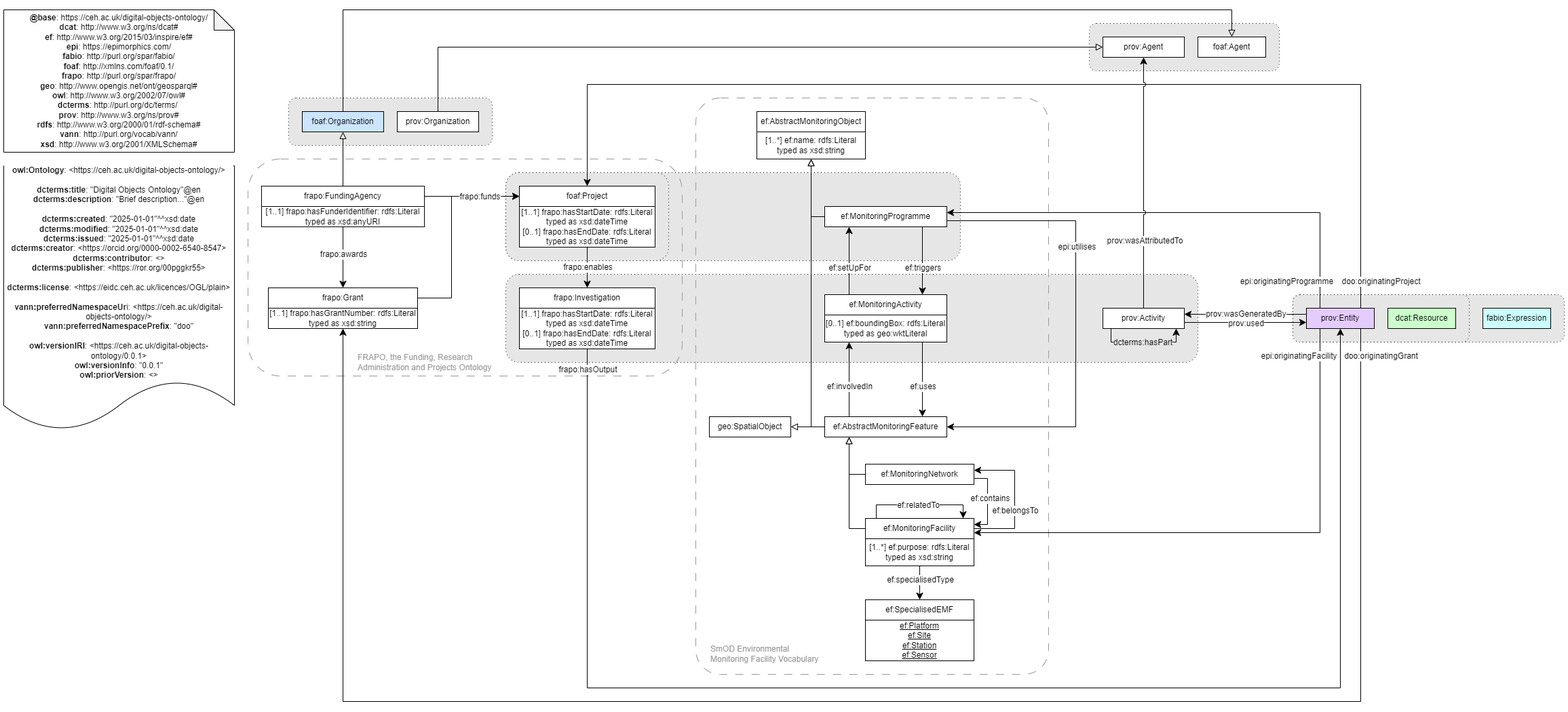
The draw.io diagram ontology/digital_objects_ontology.png in NERC-CEH/digital-objects-ontology, before a commit. Source tidied: cells renumbered, new cells last; positions are measured from the earlier drawing's top-left corner, leaving out a move shared by most shapes.
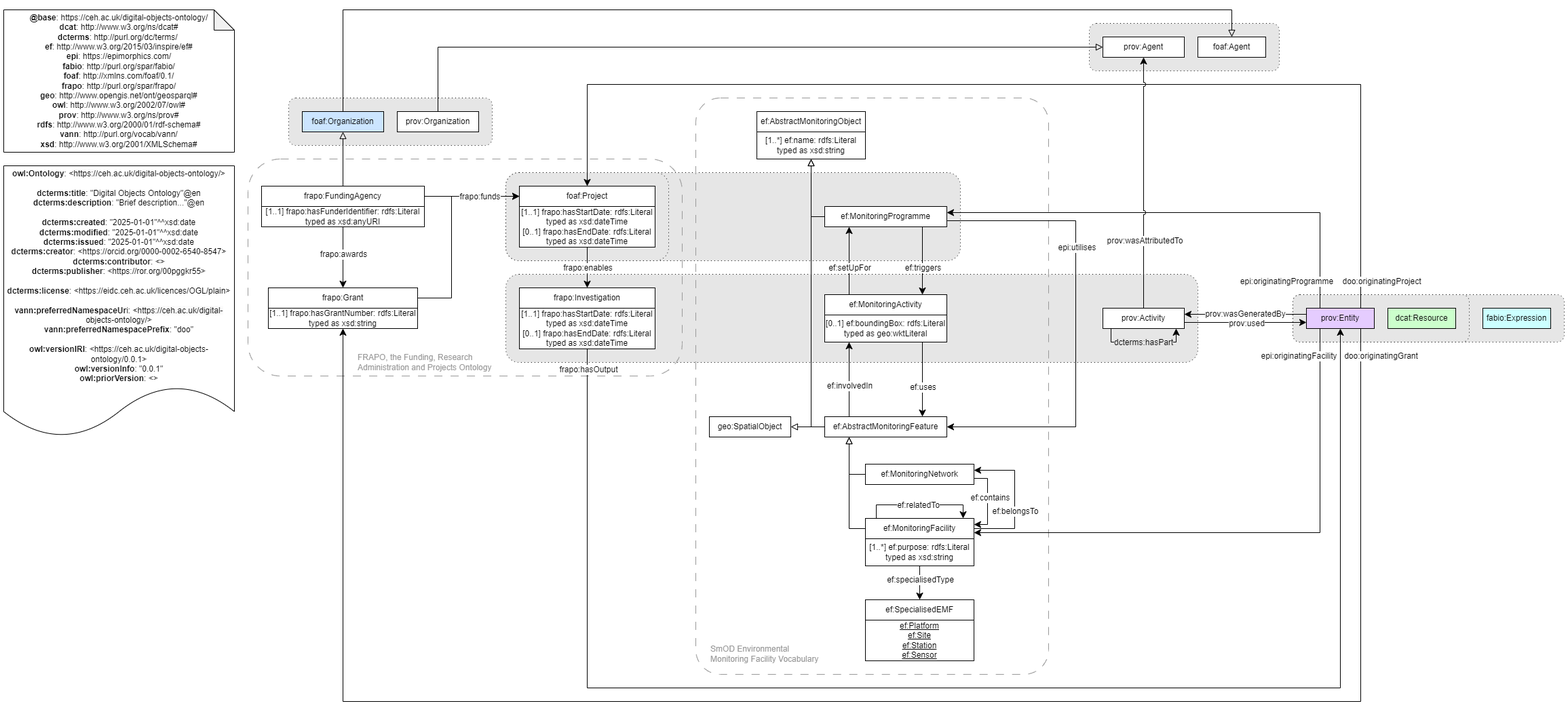
After the change.

Diff of the diagram source:
```diff
@@ -314,7 +314,7 @@
     <mxCell id="74" value="prov:Entity" style="rounded=0;whiteSpace=wrap;html=1;snapToPoint=1;points=[[0.1,0],[0.2,0],[0.3,0],[0.4,0],[0.5,0],[0.6,0],[0.7,0],[0.8,0],[0.9,0],[0,0.1],[0,0.3],[0,0.5],[0,0.7],[0,0.9],[0.1,1],[0.2,1],[0.3,1],[0.4,1],[0.5,1],[0.6,1],[0.7,1],[0.8,1],[0.9,1],[1,0.1],[1,0.3],[1,0.5],[1,0.7],[1,0.9]];fillColor=#E5CCFF;" parent="1" vertex="1">
       <mxGeometry x="1920" y="440" width="100" height="30" as="geometry" />
     </mxCell>
-    <mxCell id="75" value="&lt;div&gt;&lt;b&gt;@base&lt;/b&gt;: https://ceh.ac.uk/digital-objects-ontology/&lt;/div&gt;&lt;div&gt;&lt;b&gt;dcat&lt;/b&gt;:&amp;nbsp;http://www.w3.org/ns/dcat#&lt;br&gt;&lt;/div&gt;&lt;div&gt;&lt;b style=&quot;background-color: transparent; color: light-dark(rgb(0, 0, 0), rgb(255, 255, 255));&quot;&gt;ef&lt;/b&gt;&lt;span style=&quot;background-color: transparent; color: light-dark(rgb(0, 0, 0), rgb(255, 255, 255));&quot;&gt;:&amp;nbsp;http://www.w3.org/2015/03/inspire/ef#&lt;/span&gt;&lt;br&gt;&lt;/div&gt;&lt;div&gt;&lt;b&gt;epi&lt;/b&gt;:&amp;nbsp;&lt;span style=&quot;background-color: transparent; color: light-dark(rgb(0, 0, 0), rgb(255, 255, 255));&quot;&gt;https://&lt;/span&gt;&lt;span style=&quot;background-color: transparent; color: light-dark(rgb(0, 0, 0), rgb(255, 255, 255));&quot;&gt;epimorphics.com/&lt;/span&gt;&lt;/div&gt;&lt;div&gt;&lt;b&gt;fabio&lt;/b&gt;:&amp;nbsp;&lt;span style=&quot;background-color: transparent;&quot;&gt;http://purl.org/spar/fabio/&lt;/span&gt;&lt;/div&gt;&lt;div&gt;&lt;span style=&quot;background-color: transparent;&quot;&gt;&lt;b&gt;foaf&lt;/b&gt;:&amp;nbsp;&lt;/span&gt;&lt;span style=&quot;background-color: transparent;&quot;&gt;http://xmlns.com/foaf/0.1/&lt;/span&gt;&lt;/div&gt;&lt;div&gt;&lt;span style=&quot;background-color: transparent;&quot;&gt;&lt;b&gt;frapo&lt;/b&gt;:&amp;nbsp;&lt;/span&gt;&lt;span style=&quot;background-color: transparent; color: light-dark(rgb(0, 0, 0), rgb(255, 255, 255));&quot;&gt;http://purl.org/spar/frapo/&lt;/span&gt;&lt;/div&gt;&lt;div&gt;&lt;span style=&quot;background-color: transparent;&quot;&gt;&lt;b&gt;geo&lt;/b&gt;:&amp;nbsp;&lt;/span&gt;&lt;span style=&quot;background-color: transparent;&quot;&gt;http://www.opengis.net/ont/geosparql#&lt;/span&gt;&lt;/div&gt;&lt;div&gt;&lt;b style=&quot;background-color: transparent; color: light-dark(rgb(0, 0, 0), rgb(255, 255, 255));&quot;&gt;owl&lt;/b&gt;&lt;span style=&quot;background-color: transparent; color: light-dark(rgb(0, 0, 0), rgb(255, 255, 255));&quot;&gt;:&amp;nbsp;&lt;/span&gt;&lt;span style=&quot;background-color: transparent;&quot;&gt;http://www.w3.org/2002/07/owl#&lt;/span&gt;&lt;/div&gt;&lt;div&gt;&lt;b style=&quot;background-color: transparent; color: light-dark(rgb(0, 0, 0), rgb(255, 255, 255));&quot;&gt;dcterms&lt;/b&gt;&lt;span style=&quot;background-color: transparent; color: light-dark(rgb(0, 0, 0), rgb(255, 255, 255));&quot;&gt;:&amp;nbsp;&lt;/span&gt;&lt;span style=&quot;background-color: transparent;&quot;&gt;http://purl.org/dc/terms/&lt;/span&gt;&lt;span style=&quot;background-color: transparent; color: light-dark(rgb(0, 0, 0), rgb(255, 255, 255));&quot;&gt;&amp;nbsp;&lt;/span&gt;&lt;/div&gt;&lt;div&gt;&lt;b style=&quot;background-color: transparent; color: light-dark(rgb(0, 0, 0), rgb(255, 255, 255));&quot;&gt;prov&lt;/b&gt;&lt;span style=&quot;background-color: transparent; color: light-dark(rgb(0, 0, 0), rgb(255, 255, 255));&quot;&gt;:&lt;/span&gt;&lt;span style=&quot;background-color: transparent; color: light-dark(rgb(0, 0, 0), rgb(255, 255, 255));&quot;&gt;&amp;nbsp;http://www.w3.org/ns/prov#&lt;/span&gt;&lt;br&gt;&lt;/div&gt;&lt;div&gt;&lt;span style=&quot;background-color: transparent; color: light-dark(rgb(0, 0, 0), rgb(255, 255, 255));&quot;&gt;&lt;b&gt;rdfs&lt;/b&gt;:&amp;nbsp;&lt;/span&gt;&lt;span style=&quot;background-color: transparent;&quot;&gt;http://www.w3.org/2000/01/rdf-schema#&lt;/span&gt;&lt;/div&gt;&lt;div&gt;&lt;span style=&quot;background-color: transparent;&quot;&gt;&lt;b&gt;vann&lt;/b&gt;:&amp;nbsp;&lt;/span&gt;&lt;span style=&quot;background-color: transparent;&quot;&gt;http://purl.org/vocab/vann/&lt;/span&gt;&lt;/div&gt;&lt;div&gt;&lt;span style=&quot;background-color: transparent; color: light-dark(rgb(0, 0, 0), rgb(255, 255, 255));&quot;&gt;&lt;b&gt;xsd&lt;/b&gt;:&amp;nbsp;&lt;/span&gt;&lt;span style=&quot;background-color: transparent;&quot;&gt;http://www.w3.org/2001/XMLSchema#&lt;/span&gt;&lt;/div&gt;" style="shape=note;whiteSpace=wrap;html=1;backgroundOutline=1;darkOpacity=0.05;" parent="1" vertex="1">
+    <mxCell id="75" value="&lt;div&gt;&lt;b&gt;@base&lt;/b&gt;: https://ceh.ac.uk/digital-objects-ontology/&lt;/div&gt;&lt;div&gt;&lt;b&gt;dcat&lt;/b&gt;:&amp;nbsp;http://www.w3.org/ns/dcat#&lt;br&gt;&lt;/div&gt;&lt;div&gt;&lt;div&gt;&lt;b style=&quot;background-color: transparent; color: light-dark(rgb(0, 0, 0), rgb(255, 255, 255));&quot;&gt;dcterms&lt;/b&gt;&lt;span style=&quot;background-color: transparent; color: light-dark(rgb(0, 0, 0), rgb(255, 255, 255));&quot;&gt;:&amp;nbsp;&lt;/span&gt;&lt;span style=&quot;background-color: transparent;&quot;&gt;http://purl.org/dc/terms/&lt;/span&gt;&lt;span style=&quot;background-color: transparent; color: light-dark(rgb(0, 0, 0), rgb(255, 255, 255));&quot;&gt;&amp;nbsp;&lt;/span&gt;&lt;/div&gt;&lt;/div&gt;&lt;div&gt;&lt;b style=&quot;background-color: transparent; color: light-dark(rgb(0, 0, 0), rgb(255, 255, 255));&quot;&gt;ef&lt;/b&gt;&lt;span style=&quot;background-color: transparent; color: light-dark(rgb(0, 0, 0), rgb(255, 255, 255));&quot;&gt;:&amp;nbsp;http://www.w3.org/2015/03/inspire/ef#&lt;/span&gt;&lt;br&gt;&lt;/div&gt;&lt;div&gt;&lt;b&gt;epi&lt;/b&gt;:&amp;nbsp;&lt;span style=&quot;background-color: transparent; color: light-dark(rgb(0, 0, 0), rgb(255, 255, 255));&quot;&gt;https://&lt;/span&gt;&lt;span style=&quot;background-color: transparent; color: light-dark(rgb(0, 0, 0), rgb(255, 255, 255));&quot;&gt;epimorphics.com/&lt;/span&gt;&lt;/div&gt;&lt;div&gt;&lt;b&gt;fabio&lt;/b&gt;:&amp;nbsp;&lt;span style=&quot;background-color: transparent;&quot;&gt;http://purl.org/spar/fabio/&lt;/span&gt;&lt;/div&gt;&lt;div&gt;&lt;span style=&quot;background-color: transparent;&quot;&gt;&lt;b&gt;foaf&lt;/b&gt;:&amp;nbsp;&lt;/span&gt;&lt;span style=&quot;background-color: transparent;&quot;&gt;http://xmlns.com/foaf/0.1/&lt;/span&gt;&lt;/div&gt;&lt;div&gt;&lt;span style=&quot;background-color: transparent;&quot;&gt;&lt;b&gt;frapo&lt;/b&gt;:&amp;nbsp;&lt;/span&gt;&lt;span style=&quot;background-color: transparent; color: light-dark(rgb(0, 0, 0), rgb(255, 255, 255));&quot;&gt;http://purl.org/spar/frapo/&lt;/span&gt;&lt;/div&gt;&lt;div&gt;&lt;span style=&quot;background-color: transparent;&quot;&gt;&lt;b&gt;geo&lt;/b&gt;:&amp;nbsp;&lt;/span&gt;&lt;span style=&quot;background-color: transparent;&quot;&gt;http://www.opengis.net/ont/geosparql#&lt;/span&gt;&lt;/div&gt;&lt;div&gt;&lt;b style=&quot;background-color: transparent; color: light-dark(rgb(0, 0, 0), rgb(255, 255, 255));&quot;&gt;owl&lt;/b&gt;&lt;span style=&quot;background-color: transparent; color: light-dark(rgb(0, 0, 0), rgb(255, 255, 255));&quot;&gt;:&amp;nbsp;&lt;/span&gt;&lt;span style=&quot;background-color: transparent;&quot;&gt;http://www.w3.org/2002/07/owl#&lt;/span&gt;&lt;/div&gt;&lt;div&gt;&lt;b style=&quot;background-color: transparent; color: light-dark(rgb(0, 0, 0), rgb(255, 255, 255));&quot;&gt;prov&lt;/b&gt;&lt;span style=&quot;background-color: transparent; color: light-dark(rgb(0, 0, 0), rgb(255, 255, 255));&quot;&gt;:&lt;/span&gt;&lt;span style=&quot;background-color: transparent; color: light-dark(rgb(0, 0, 0), rgb(255, 255, 255));&quot;&gt;&amp;nbsp;http://www.w3.org/ns/prov#&lt;/span&gt;&lt;br&gt;&lt;/div&gt;&lt;div&gt;&lt;span style=&quot;background-color: transparent; color: light-dark(rgb(0, 0, 0), rgb(255, 255, 255));&quot;&gt;&lt;b&gt;rdfs&lt;/b&gt;:&amp;nbsp;&lt;/span&gt;&lt;span style=&quot;background-color: transparent;&quot;&gt;http://www.w3.org/2000/01/rdf-schema#&lt;/span&gt;&lt;/div&gt;&lt;div&gt;&lt;span style=&quot;background-color: transparent;&quot;&gt;&lt;b&gt;vann&lt;/b&gt;:&amp;nbsp;&lt;/span&gt;&lt;span style=&quot;background-color: transparent;&quot;&gt;http://purl.org/vocab/vann/&lt;/span&gt;&lt;/div&gt;&lt;div&gt;&lt;span style=&quot;background-color: transparent; color: light-dark(rgb(0, 0, 0), rgb(255, 255, 255));&quot;&gt;&lt;b&gt;xsd&lt;/b&gt;:&amp;nbsp;&lt;/span&gt;&lt;span style=&quot;background-color: transparent;&quot;&gt;http://www.w3.org/2001/XMLSchema#&lt;/span&gt;&lt;/div&gt;" style="shape=note;whiteSpace=wrap;html=1;backgroundOutline=1;darkOpacity=0.05;" parent="1" vertex="1">
       <mxGeometry width="340" height="210" as="geometry" />
     </mxCell>
     <mxCell id="76" style="endArrow=classic;html=1;exitX=0.8;exitY=1;exitDx=0;exitDy=0;entryX=0.5;entryY=1;entryDx=0;entryDy=0;endSize=8;arcSize=0;rounded=0;" parent="1" edge="1" source="74" target="71">
@@ -359,7 +359,7 @@
       </mxGeometry>
     </mxCell>
     <mxCell id="85" value="&lt;div&gt;&lt;b style=&quot;border-color: var(--border-color);&quot;&gt;owl:Ontology&lt;/b&gt;: &amp;lt;&lt;span style=&quot;background-color: rgb(251, 251, 251); color: light-dark(rgb(0, 0, 0), rgb(237, 237, 237));&quot;&gt;https://&lt;/span&gt;&lt;span style=&quot;background-color: light-dark(rgb(255, 255, 255), rgb(18, 18, 18)); color: light-dark(rgb(0, 0, 0), rgb(237, 237, 237));&quot;&gt;ceh.ac.uk/digital-objects-ontology/&amp;gt;&lt;/span&gt;&lt;/div&gt;&lt;div&gt;&lt;b&gt;&lt;br&gt;&lt;/b&gt;&lt;/div&gt;&lt;div&gt;&lt;b&gt;dcterms:title&lt;/b&gt;: &quot;Digital Objects Ontology&quot;@en &lt;br&gt;&lt;b&gt;dc&lt;/b&gt;&lt;b style=&quot;color: light-dark(rgb(0, 0, 0), rgb(237, 237, 237));&quot;&gt;terms&lt;/b&gt;&lt;b style=&quot;background-color: light-dark(rgb(255, 255, 255), rgb(18, 18, 18)); color: light-dark(rgb(0, 0, 0), rgb(237, 237, 237));&quot;&gt;:description&lt;/b&gt;&lt;span style=&quot;background-color: light-dark(rgb(255, 255, 255), rgb(18, 18, 18)); color: light-dark(rgb(0, 0, 0), rgb(237, 237, 237));&quot;&gt;: &quot;Brief description...&quot;@en&lt;/span&gt;&lt;/div&gt;&lt;div&gt;&lt;br&gt;&lt;b&gt;dc&lt;/b&gt;&lt;b style=&quot;color: light-dark(rgb(0, 0, 0), rgb(237, 237, 237));&quot;&gt;terms&lt;/b&gt;&lt;b style=&quot;background-color: light-dark(rgb(255, 255, 255), rgb(18, 18, 18)); color: light-dark(rgb(0, 0, 0), rgb(237, 237, 237));&quot;&gt;:created&lt;/b&gt;&lt;span style=&quot;background-color: light-dark(rgb(255, 255, 255), rgb(18, 18, 18)); color: light-dark(rgb(0, 0, 0), rgb(237, 237, 237));&quot;&gt;: &quot;2025-01-01&quot;^^xsd:date&lt;/span&gt;&lt;/div&gt;&lt;div&gt;&lt;div&gt;&lt;b&gt;dc&lt;/b&gt;&lt;b style=&quot;color: light-dark(rgb(0, 0, 0), rgb(237, 237, 237));&quot;&gt;terms&lt;/b&gt;&lt;b style=&quot;background-color: light-dark(rgb(255, 255, 255), rgb(18, 18, 18)); color: light-dark(rgb(0, 0, 0), rgb(237, 237, 237));&quot;&gt;:modified&lt;/b&gt;&lt;span style=&quot;background-color: light-dark(rgb(255, 255, 255), rgb(18, 18, 18)); color: light-dark(rgb(0, 0, 0), rgb(237, 237, 237));&quot;&gt;: &quot;2025-01-01&quot;^^xsd:date&lt;/span&gt;&lt;/div&gt;&lt;/div&gt;&lt;div&gt;&lt;div&gt;&lt;b&gt;dc&lt;/b&gt;&lt;b style=&quot;color: light-dark(rgb(0, 0, 0), rgb(237, 237, 237));&quot;&gt;terms&lt;/b&gt;&lt;b style=&quot;background-color: light-dark(rgb(255, 255, 255), rgb(18, 18, 18)); color: light-dark(rgb(0, 0, 0), rgb(237, 237, 237));&quot;&gt;:issued&lt;/b&gt;&lt;span style=&quot;background-color: light-dark(rgb(255, 255, 255), rgb(18, 18, 18)); color: light-dark(rgb(0, 0, 0), rgb(237, 237, 237));&quot;&gt;: &quot;2025-01-01&quot;^^xsd:date&lt;/span&gt;&lt;/div&gt;&lt;/div&gt;&lt;div&gt;&lt;b style=&quot;background-color: light-dark(rgb(255, 255, 255), rgb(18, 18, 18)); color: light-dark(rgb(0, 0, 0), rgb(237, 237, 237));&quot;&gt;dc&lt;/b&gt;&lt;b style=&quot;background-color: light-dark(rgb(255, 255, 255), rgb(18, 18, 18)); color: light-dark(rgb(0, 0, 0), rgb(237, 237, 237));&quot;&gt;terms&lt;/b&gt;&lt;b style=&quot;color: light-dark(rgb(0, 0, 0), rgb(237, 237, 237)); background-color: light-dark(rgb(255, 255, 255), rgb(18, 18, 18));&quot;&gt;:creator&lt;/b&gt;&lt;span style=&quot;color: light-dark(rgb(0, 0, 0), rgb(237, 237, 237)); background-color: light-dark(rgb(255, 255, 255), rgb(18, 18, 18));&quot;&gt;: &amp;lt;ht&lt;/span&gt;&lt;span style=&quot;color: light-dark(rgb(0, 0, 0), rgb(237, 237, 237)); background-color: light-dark(rgb(255, 255, 255), rgb(18, 18, 18));&quot;&gt;&lt;font style=&quot;color: rgb(0, 0, 0);&quot;&gt;tps://orcid.org/0000-0002-6540-8547&amp;gt;&lt;/font&gt;&lt;/span&gt;&lt;br&gt;&lt;/div&gt;&lt;div&gt;&lt;b style=&quot;background-color: light-dark(rgb(255, 255, 255), rgb(18, 18, 18)); color: light-dark(rgb(0, 0, 0), rgb(237, 237, 237));&quot;&gt;dc&lt;/b&gt;&lt;b style=&quot;background-color: light-dark(rgb(255, 255, 255), rgb(18, 18, 18)); color: light-dark(rgb(0, 0, 0), rgb(237, 237, 237));&quot;&gt;terms&lt;/b&gt;&lt;b style=&quot;color: light-dark(rgb(0, 0, 0), rgb(237, 237, 237)); background-color: light-dark(rgb(255, 255, 255), rgb(18, 18, 18));&quot;&gt;:contributor&lt;/b&gt;&lt;span style=&quot;color: light-dark(rgb(0, 0, 0), rgb(237, 237, 237)); background-color: light-dark(rgb(255, 255, 255), rgb(18, 18, 18));&quot;&gt;: &amp;lt;&lt;/span&gt;&lt;span style=&quot;color: light-dark(rgb(0, 0, 0), rgb(237, 237, 237)); background-color: light-dark(rgb(255, 255, 255), rgb(18, 18, 18));&quot;&gt;&lt;font style=&quot;color: rgb(0, 0, 0);&quot;&gt;&amp;gt;&lt;/font&gt;&lt;/span&gt;&lt;br&gt;&lt;/div&gt;&lt;div&gt;&lt;font style=&quot;color: rgb(0, 0, 0);&quot;&gt;&lt;b&gt;dc&lt;/b&gt;&lt;b style=&quot;&quot;&gt;terms&lt;/b&gt;&lt;b style=&quot;background-color: light-dark(rgb(255, 255, 255), rgb(18, 18, 18));&quot;&gt;:publisher&lt;/b&gt;&lt;span style=&quot;background-color: light-dark(rgb(255, 255, 255), rgb(18, 18, 18));&quot;&gt;: &amp;lt;https://ror.org/00pggkr55&amp;gt;&lt;/span&gt;&lt;/font&gt;&lt;/div&gt;&lt;div&gt;&lt;br&gt;&lt;b&gt;dc&lt;/b&gt;&lt;b style=&quot;color: light-dark(rgb(0, 0, 0), rgb(237, 237, 237));&quot;&gt;terms&lt;/b&gt;&lt;b style=&quot;background-color: light-dark(rgb(255, 255, 255), rgb(18, 18, 18)); color: light-dark(rgb(0, 0, 0), rgb(237, 237, 237));&quot;&gt;:license&lt;/b&gt;&lt;span style=&quot;background-color: light-dark(rgb(255, 255, 255), rgb(18, 18, 18)); color: light-dark(rgb(0, 0, 0), rgb(237, 237, 237));&quot;&gt;: &amp;lt;https://eidc.ceh.ac.uk/licences/OGL/plain&amp;gt;&lt;/span&gt;&lt;/div&gt;&lt;div&gt;&lt;br&gt;&lt;/div&gt;&lt;div&gt;&lt;b&gt;vann:preferredNamespaceUr&lt;/b&gt;i: &amp;lt;&lt;span style=&quot;background-color: rgb(251, 251, 251); color: light-dark(rgb(0, 0, 0), rgb(237, 237, 237));&quot;&gt;https://&lt;/span&gt;&lt;span style=&quot;color: light-dark(rgb(0, 0, 0), rgb(237, 237, 237)); background-color: rgb(251, 251, 251);&quot;&gt;ceh.ac.uk/digital-objects-ontology/&lt;/span&gt;&lt;span style=&quot;background-color: light-dark(rgb(255, 255, 255), rgb(18, 18, 18)); color: light-dark(rgb(0, 0, 0), rgb(237, 237, 237));&quot;&gt;&amp;gt;&lt;/span&gt;&lt;/div&gt;&lt;div&gt;&lt;b&gt;vann:preferredNamespacePrefix&lt;/b&gt;: &quot;doo&quot; &lt;br&gt;&lt;br&gt;&lt;b&gt;owl:versionIRI&lt;/b&gt;: &amp;lt;&lt;span style=&quot;color: light-dark(rgb(0, 0, 0), rgb(237, 237, 237)); background-color: rgb(251, 251, 251);&quot;&gt;https://&lt;/span&gt;&lt;span style=&quot;color: light-dark(rgb(0, 0, 0), rgb(237, 237, 237)); background-color: light-dark(rgb(255, 255, 255), rgb(18, 18, 18));&quot;&gt;ceh.ac.uk/digital-objects-ontology/&lt;/span&gt;0.0.1&amp;gt;&lt;br&gt;&lt;b&gt;owl:versionInfo&lt;/b&gt;: &quot;0.0.1&quot;&lt;br&gt;&lt;b&gt;owl:priorVersion&lt;/b&gt;: &amp;lt;&amp;gt;&lt;br&gt;&lt;/div&gt;" style="shape=document;whiteSpace=wrap;html=1;boundedLbl=1;labelBackgroundColor=#ffffff;strokeColor=#000000;fontSize=12;fontColor=#000000;size=0.1875;" parent="1" vertex="1">
-      <mxGeometry y="230" width="340" height="390" as="geometry" />
+      <mxGeometry y="230" width="340" height="400" as="geometry" />
     </mxCell>
     <mxCell id="86" value="prov:Organization" style="rounded=0;whiteSpace=wrap;html=1;snapToPoint=1;points=[[0.1,0],[0.2,0],[0.3,0],[0.4,0],[0.5,0],[0.6,0],[0.7,0],[0.8,0],[0.9,0],[0,0.1],[0,0.3],[0,0.5],[0,0.7],[0,0.9],[0.1,1],[0.2,1],[0.3,1],[0.4,1],[0.5,1],[0.6,1],[0.7,1],[0.8,1],[0.9,1],[1,0.1],[1,0.3],[1,0.5],[1,0.7],[1,0.9]];" parent="1" vertex="1">
       <mxGeometry x="580" y="150" width="120" height="30" as="geometry" />
```
